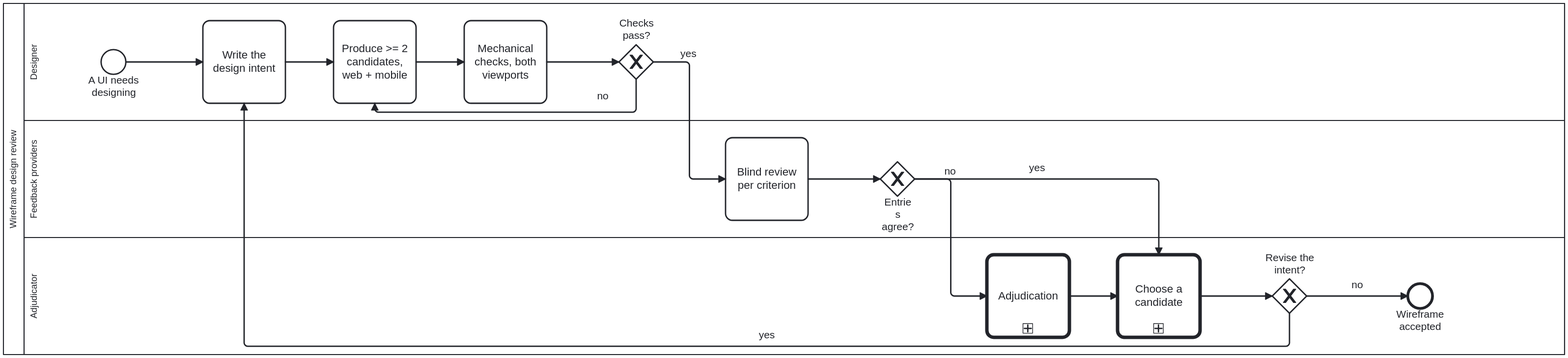
Above: processes/ui/wireframe-design-review.svg in litlfred/cat-harness (BPMN), before the change. Its source is kept beside it as processes/ui/wireframe-design-review.bpmn. Ids are renumbered.
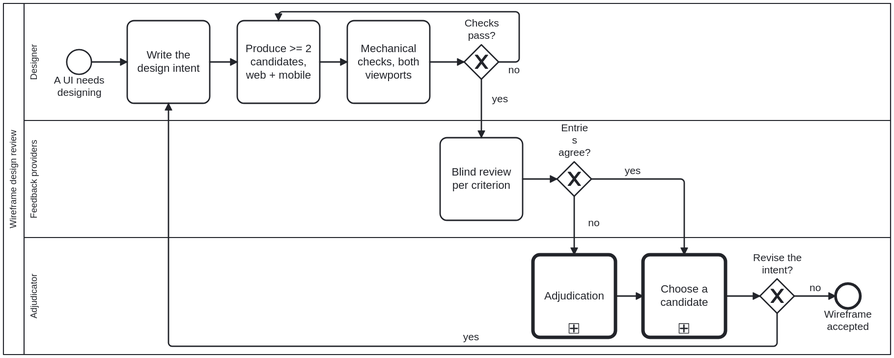
The same diagram one commit later.

Commit message:
fix(processes): compact 4 oversized BPMN diagrams into <=1400x900 budget (k6dz batch 6)

Change to the diagram source:
```diff
@@ -93,115 +93,116 @@
   <bpmndi:BPMNDiagram id="Diagram_Process_WireframeDesignReview">
     <bpmndi:BPMNPlane id="Plane_Process_WireframeDesignReview" bpmnElement="Collaboration_Process_WireframeDesignReview">
       <bpmndi:BPMNShape id="Shape_Participant_Process_WireframeDesignReview" bpmnElement="Participant_Process_WireframeDesignReview" isHorizontal="true">
-        <dc:Bounds x="160" y="80" width="2270" height="510" />
+        <dc:Bounds x="160" y="80" width="1290" height="510" />
       </bpmndi:BPMNShape>
       <bpmndi:BPMNShape id="Shape_Lane_Designer" bpmnElement="Lane_Designer" isHorizontal="true">
-        <dc:Bounds x="190" y="80" width="2240" height="170" />
+        <dc:Bounds x="190" y="80" width="1260" height="170" />
       </bpmndi:BPMNShape>
       <bpmndi:BPMNShape id="Shape_Lane_Reviewers" bpmnElement="Lane_Reviewers" isHorizontal="true">
-        <dc:Bounds x="190" y="250" width="2240" height="170" />
+        <dc:Bounds x="190" y="250" width="1260" height="170" />
       </bpmndi:BPMNShape>
       <bpmndi:BPMNShape id="Shape_Lane_Adjudicator" bpmnElement="Lane_Adjudicator" isHorizontal="true">
-        <dc:Bounds x="190" y="420" width="2240" height="170" />
+        <dc:Bounds x="190" y="420" width="1260" height="170" />
       </bpmndi:BPMNShape>
       <bpmndi:BPMNShape id="Shape_Start_WDR" bpmnElement="Start_WDR">
-        <dc:Bounds x="302" y="147" width="36" height="36" />
+        <dc:Bounds x="252" y="147" width="36" height="36" />
       </bpmndi:BPMNShape>
       <bpmndi:BPMNShape id="Shape_D_Intent" bpmnElement="D_Intent">
-        <dc:Bounds x="450" y="105" width="120" height="120" />
+        <dc:Bounds x="340" y="105" width="120" height="120" />
       </bpmndi:BPMNShape>
       <bpmndi:BPMNShape id="Shape_D_Candidates" bpmnElement="D_Candidates">
-        <dc:Bounds x="640" y="105" width="120" height="120" />
+        <dc:Bounds x="500" y="105" width="120" height="120" />
       </bpmndi:BPMNShape>
       <bpmndi:BPMNShape id="Shape_D_Check" bpmnElement="D_Check">
-        <dc:Bounds x="830" y="105" width="120" height="120" />
+        <dc:Bounds x="660" y="105" width="120" height="120" />
       </bpmndi:BPMNShape>
       <bpmndi:BPMNShape id="Shape_GW_Checks" bpmnElement="GW_Checks" isMarkerVisible="true">
-        <dc:Bounds x="1055" y="140" width="50" height="50" />
-
-      <bpmndi:BPMNLabel><dc:Bounds x="1035" y="100" width="90" height="36" /></bpmndi:BPMNLabel></bpmndi:BPMNShape>
+        <dc:Bounds x="830" y="140" width="50" height="50" />
+        <bpmndi:BPMNLabel><dc:Bounds x="810" y="100" width="90" height="36" /></bpmndi:BPMNLabel>
+      </bpmndi:BPMNShape>
       <bpmndi:BPMNShape id="Shape_R_Review" bpmnElement="R_Review">
-        <dc:Bounds x="1210" y="275" width="120" height="120" />
+        <dc:Bounds x="795" y="275" width="120" height="120" />
       </bpmndi:BPMNShape>
       <bpmndi:BPMNShape id="Shape_GW_Agree" bpmnElement="GW_Agree" isMarkerVisible="true">
-        <dc:Bounds x="1435" y="310" width="50" height="50" />
+        <dc:Bounds x="965" y="310" width="50" height="50" />
+        <bpmndi:BPMNLabel><dc:Bounds x="945" y="252" width="90" height="54" /></bpmndi:BPMNLabel>
       </bpmndi:BPMNShape>
       <bpmndi:BPMNShape id="Shape_Call_Adjudicate" bpmnElement="Call_Adjudicate">
-        <dc:Bounds x="1590" y="445" width="120" height="120" />
+        <dc:Bounds x="930" y="445" width="120" height="120" />
       </bpmndi:BPMNShape>
       <bpmndi:BPMNShape id="Shape_Call_Choose" bpmnElement="Call_Choose">
-        <dc:Bounds x="1780" y="445" width="120" height="120" />
+        <dc:Bounds x="1090" y="445" width="120" height="120" />
       </bpmndi:BPMNShape>
       <bpmndi:BPMNShape id="Shape_GW_Iterate" bpmnElement="GW_Iterate" isMarkerVisible="true">
-        <dc:Bounds x="2005" y="480" width="50" height="50" />
-
-      <bpmndi:BPMNLabel><dc:Bounds x="1985" y="441" width="90" height="35" /></bpmndi:BPMNLabel></bpmndi:BPMNShape>
+        <dc:Bounds x="1260" y="480" width="50" height="50" />
+        <bpmndi:BPMNLabel><dc:Bounds x="1240" y="441" width="90" height="35" /></bpmndi:BPMNLabel>
+      </bpmndi:BPMNShape>
       <bpmndi:BPMNShape id="Shape_End_WDR" bpmnElement="End_WDR">
-        <dc:Bounds x="2202" y="487" width="36" height="36" />
+        <dc:Bounds x="1370" y="487" width="36" height="36" />
       </bpmndi:BPMNShape>
       <bpmndi:BPMNEdge id="Edge_SF_Process_WireframeDesignReview_1" bpmnElement="SF_Process_WireframeDesignReview_1">
-        <di:waypoint x="338" y="165" />
-        <di:waypoint x="450" y="165" />
+        <di:waypoint x="288" y="165" />
+        <di:waypoint x="340" y="165" />
       </bpmndi:BPMNEdge>
       <bpmndi:BPMNEdge id="Edge_SF_Process_WireframeDesignReview_2" bpmnElement="SF_Process_WireframeDesignReview_2">
-        <di:waypoint x="570" y="165" />
-        <di:waypoint x="640" y="165" />
+        <di:waypoint x="460" y="165" />
+        <di:waypoint x="500" y="165" />
       </bpmndi:BPMNEdge>
       <bpmndi:BPMNEdge id="Edge_SF_Process_WireframeDesignReview_3" bpmnElement="SF_Process_WireframeDesignReview_3">
-        <di:waypoint x="760" y="165" />
+        <di:waypoint x="620" y="165" />
+        <di:waypoint x="660" y="165" />
+      </bpmndi:BPMNEdge>
+      <bpmndi:BPMNEdge id="Edge_SF_Process_WireframeDesignReview_4" bpmnElement="SF_Process_WireframeDesignReview_4">
+        <di:waypoint x="780" y="165" />
         <di:waypoint x="830" y="165" />
       </bpmndi:BPMNEdge>
-      <bpmndi:BPMNEdge id="Edge_SF_Process_WireframeDesignReview_4" bpmnElement="SF_Process_WireframeDesignReview_4">
-        <di:waypoint x="950" y="165" />
-        <di:waypoint x="1055" y="165" />
-      </bpmndi:BPMNEdge>
       <bpmndi:BPMNEdge id="Edge_SF_Process_WireframeDesignReview_5" bpmnElement="SF_Process_WireframeDesignReview_5">
-        <di:waypoint x="1105" y="165" />
-        <di:waypoint x="1157.5" y="165" />
-        <di:waypoint x="1157.5" y="335" />
-        <di:waypoint x="1210" y="335" />
-        <bpmndi:BPMNLabel><dc:Bounds x="1111" y="144" width="90" height="18" /></bpmndi:BPMNLabel>
+        <di:waypoint x="855" y="190" />
+        <di:waypoint x="855" y="275" />
+        <bpmndi:BPMNLabel><dc:Bounds x="862" y="210" width="40" height="18" /></bpmndi:BPMNLabel>
       </bpmndi:BPMNEdge>
       <bpmndi:BPMNEdge id="Edge_SF_Process_WireframeDesignReview_6" bpmnElement="SF_Process_WireframeDesignReview_6">
-                <di:waypoint x="1080" y="190" />
-        <di:waypoint x="1080" y="238" />
-        <di:waypoint x="700" y="238" />
-        <di:waypoint x="700" y="225" />
-      <bpmndi:BPMNLabel><dc:Bounds x="986" y="205.5" width="90" height="17" /></bpmndi:BPMNLabel>
+        <di:waypoint x="880" y="165" />
+        <di:waypoint x="910" y="165" />
+        <di:waypoint x="910" y="92" />
+        <di:waypoint x="560" y="92" />
+        <di:waypoint x="560" y="105" />
+        <bpmndi:BPMNLabel><dc:Bounds x="882.5" y="168" width="40" height="17" /></bpmndi:BPMNLabel>
       </bpmndi:BPMNEdge>
       <bpmndi:BPMNEdge id="Edge_SF_Process_WireframeDesignReview_7" bpmnElement="SF_Process_WireframeDesignReview_7">
-        <di:waypoint x="1330" y="335" />
-        <di:waypoint x="1435" y="335" />
+        <di:waypoint x="915" y="335" />
+        <di:waypoint x="965" y="335" />
       </bpmndi:BPMNEdge>
       <bpmndi:BPMNEdge id="Edge_SF_Process_WireframeDesignReview_8" bpmnElement="SF_Process_WireframeDesignReview_8">
-        <di:waypoint x="1485" y="335" />
-        <di:waypoint x="1537.5" y="335" />
-        <di:waypoint x="1537.5" y="505" />
-        <di:waypoint x="1590" y="505" />
-        <bpmndi:BPMNLabel><dc:Bounds x="1491" y="315" width="90" height="17" /></bpmndi:BPMNLabel>
+        <di:waypoint x="990" y="360" />
+        <di:waypoint x="990" y="445" />
+        <bpmndi:BPMNLabel><dc:Bounds x="998" y="390" width="40" height="17" /></bpmndi:BPMNLabel>
       </bpmndi:BPMNEdge>
       <bpmndi:BPMNEdge id="Edge_SF_Process_WireframeDesignReview_9" bpmnElement="SF_Process_WireframeDesignReview_9">
-        <di:waypoint x="1485" y="335" />
-        <di:waypoint x="1840" y="335" />
-        <di:waypoint x="1840" y="445" />
+        <di:waypoint x="1015" y="335" />
+        <di:waypoint x="1150" y="335" />
+        <di:waypoint x="1150" y="445" />
+        <bpmndi:BPMNLabel><dc:Bounds x="1055" y="314" width="40" height="18" /></bpmndi:BPMNLabel>
       </bpmndi:BPMNEdge>
       <bpmndi:BPMNEdge id="Edge_SF_Process_WireframeDesignReview_10" bpmnElement="SF_Process_WireframeDesignReview_10">
-        <di:waypoint x="1710" y="505" />
-        <di:waypoint x="1780" y="505" />
+        <di:waypoint x="1050" y="505" />
+        <di:waypoint x="1090" y="505" />
       </bpmndi:BPMNEdge>
       <bpmndi:BPMNEdge id="Edge_SF_Process_WireframeDesignReview_11" bpmnElement="SF_Process_WireframeDesignReview_11">
-        <di:waypoint x="1900" y="505" />
-        <di:waypoint x="2005" y="505" />
+        <di:waypoint x="1210" y="505" />
+        <di:waypoint x="1260" y="505" />
       </bpmndi:BPMNEdge>
       <bpmndi:BPMNEdge id="Edge_SF_Process_WireframeDesignReview_12" bpmnElement="SF_Process_WireframeDesignReview_12">
-                <di:waypoint x="2030" y="530" />
-        <di:waypoint x="2030" y="578" />
-        <di:waypoint x="510" y="578" />
-        <di:waypoint x="510" y="225" />
+        <di:waypoint x="1285" y="530" />
+        <di:waypoint x="1285" y="578" />
+        <di:waypoint x="400" y="578" />
+        <di:waypoint x="400" y="225" />
+        <bpmndi:BPMNLabel><dc:Bounds x="820" y="556" width="40" height="18" /></bpmndi:BPMNLabel>
       </bpmndi:BPMNEdge>
       <bpmndi:BPMNEdge id="Edge_SF_Process_WireframeDesignReview_13" bpmnElement="SF_Process_WireframeDesignReview_13">
-        <di:waypoint x="2055" y="505" />
-        <di:waypoint x="2202" y="505" />
+        <di:waypoint x="1310" y="505" />
+        <di:waypoint x="1370" y="505" />
+        <bpmndi:BPMNLabel><dc:Bounds x="1320" y="484" width="40" height="18" /></bpmndi:BPMNLabel>
       </bpmndi:BPMNEdge>
     </bpmndi:BPMNPlane>
   </bpmndi:BPMNDiagram>
```
